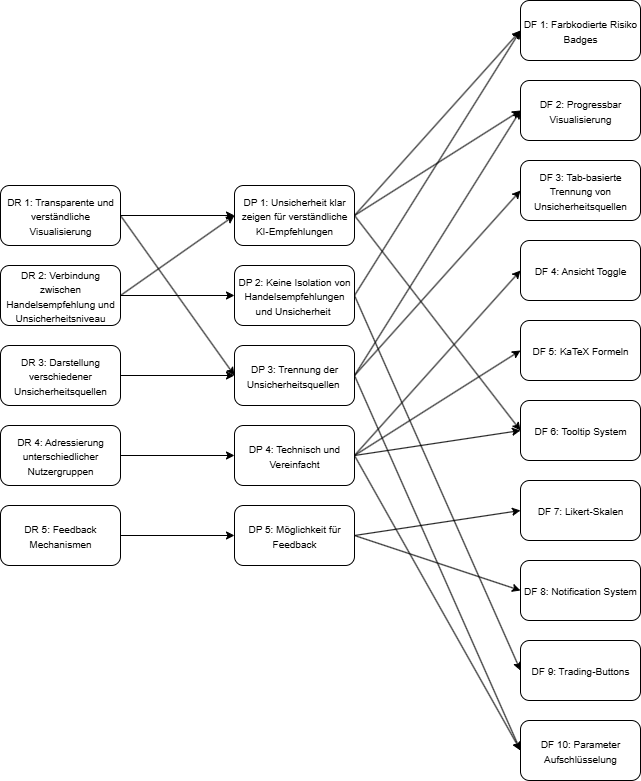
Sascha001/bachelorarbeit_neu keeps this draw.io diagram as Unbenanntes Diagramm.drawio.png. Above is the earlier version. Source tidied: cells renumbered, new cells last; positions are measured from the earlier drawing's top-left corner, leaving out a move shared by most shapes.
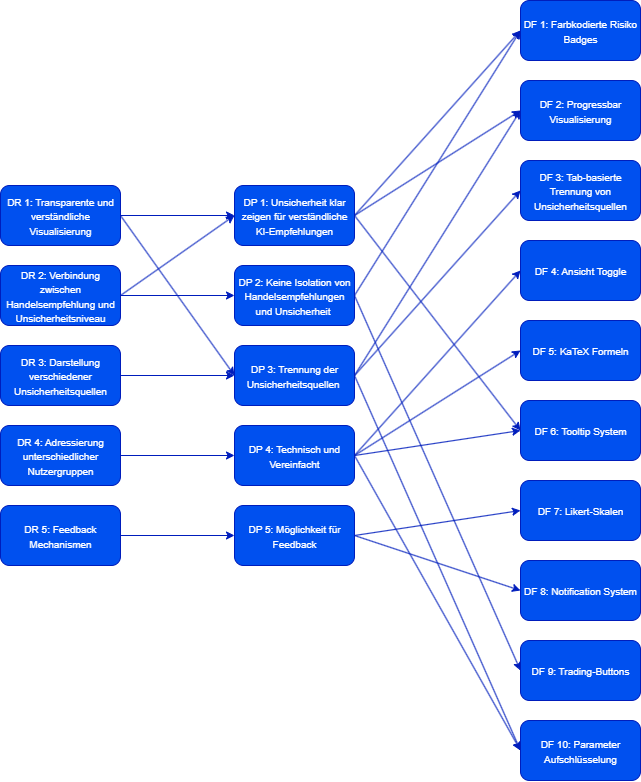
The same file after the commit.

Diff of the diagram source:
```diff
@@ -2,127 +2,127 @@
   <root>
     <mxCell id="0" />
     <mxCell id="1" parent="0" />
-    <mxCell id="2" style="edgeStyle=orthogonalEdgeStyle;rounded=0;jettySize=auto;html=1;" parent="1" edge="1" source="4" target="8">
+    <mxCell id="2" style="edgeStyle=orthogonalEdgeStyle;rounded=0;jettySize=auto;html=1;fillColor=#0050ef;strokeColor=#001DBC;" parent="1" edge="1" source="4" target="8">
       <mxGeometry relative="1" as="geometry" />
     </mxCell>
-    <mxCell id="3" style="rounded=0;jettySize=auto;html=1;entryX=0;entryY=0.5;entryDx=0;entryDy=0;exitX=1;exitY=0.5;exitDx=0;exitDy=0;" parent="1" edge="1" source="4" target="32">
+    <mxCell id="3" style="rounded=0;jettySize=auto;html=1;entryX=0;entryY=0.5;entryDx=0;entryDy=0;exitX=1;exitY=0.5;exitDx=0;exitDy=0;fillColor=#0050ef;strokeColor=#001DBC;" parent="1" edge="1" source="4" target="32">
       <mxGeometry relative="1" as="geometry" />
     </mxCell>
-    <mxCell id="4" value="&lt;font style=&quot;font-size: 10px;&quot;&gt;DR 1: Transparente und verständliche Visualisierung&lt;/font&gt;" style="rounded=1;whiteSpace=wrap;html=1;" parent="1" vertex="1">
+    <mxCell id="4" value="&lt;font style=&quot;font-size: 10px;&quot;&gt;DR 1: Transparente und verständliche Visualisierung&lt;/font&gt;" style="rounded=1;whiteSpace=wrap;html=1;fillColor=#0050ef;fontColor=#ffffff;strokeColor=#001DBC;" parent="1" vertex="1">
       <mxGeometry y="185" width="120" height="60" as="geometry" />
     </mxCell>
-    <mxCell id="5" style="rounded=0;jettySize=auto;html=1;entryX=0;entryY=0.5;entryDx=0;entryDy=0;exitX=1;exitY=0.5;exitDx=0;exitDy=0;" parent="1" edge="1" source="8" target="42">
+    <mxCell id="5" style="rounded=0;jettySize=auto;html=1;entryX=0;entryY=0.5;entryDx=0;entryDy=0;exitX=1;exitY=0.5;exitDx=0;exitDy=0;fillColor=#0050ef;strokeColor=#001DBC;" parent="1" edge="1" source="8" target="42">
       <mxGeometry relative="1" as="geometry" />
     </mxCell>
-    <mxCell id="6" style="rounded=0;jettySize=auto;html=1;entryX=0;entryY=0.5;entryDx=0;entryDy=0;exitX=1;exitY=0.5;exitDx=0;exitDy=0;" parent="1" edge="1" source="8" target="37">
+    <mxCell id="6" style="rounded=0;jettySize=auto;html=1;entryX=0;entryY=0.5;entryDx=0;entryDy=0;exitX=1;exitY=0.5;exitDx=0;exitDy=0;fillColor=#0050ef;strokeColor=#001DBC;" parent="1" edge="1" source="8" target="37">
       <mxGeometry relative="1" as="geometry" />
     </mxCell>
-    <mxCell id="7" style="rounded=0;jettySize=auto;html=1;entryX=0;entryY=0.5;entryDx=0;entryDy=0;exitX=1;exitY=0.5;exitDx=0;exitDy=0;" parent="1" edge="1" source="8" target="38">
+    <mxCell id="7" style="rounded=0;jettySize=auto;html=1;entryX=0;entryY=0.5;entryDx=0;entryDy=0;exitX=1;exitY=0.5;exitDx=0;exitDy=0;fillColor=#0050ef;strokeColor=#001DBC;" parent="1" edge="1" source="8" target="38">
       <mxGeometry relative="1" as="geometry" />
     </mxCell>
-    <mxCell id="8" value="&lt;font size=&quot;1&quot;&gt;DP 1: Unsicherheit klar zeigen für verständliche KI-Empfehlungen&lt;/font&gt;" style="rounded=1;whiteSpace=wrap;html=1;" parent="1" vertex="1">
+    <mxCell id="8" value="&lt;font size=&quot;1&quot;&gt;DP 1: Unsicherheit klar zeigen für verständliche KI-Empfehlungen&lt;/font&gt;" style="rounded=1;whiteSpace=wrap;html=1;fillColor=#0050ef;fontColor=#ffffff;strokeColor=#001DBC;" parent="1" vertex="1">
       <mxGeometry x="234" y="185" width="120" height="60" as="geometry" />
     </mxCell>
-    <mxCell id="9" style="rounded=0;jettySize=auto;html=1;entryX=0;entryY=0.5;entryDx=0;entryDy=0;jumpSize=6;strokeColor=default;exitX=1;exitY=0.5;exitDx=0;exitDy=0;" parent="1" edge="1" source="11" target="8">
+    <mxCell id="9" style="rounded=0;jettySize=auto;html=1;entryX=0;entryY=0.5;entryDx=0;entryDy=0;jumpSize=6;strokeColor=#001DBC;exitX=1;exitY=0.5;exitDx=0;exitDy=0;fillColor=#0050ef;" parent="1" edge="1" source="11" target="8">
       <mxGeometry relative="1" as="geometry" />
     </mxCell>
-    <mxCell id="10" style="rounded=0;jettySize=auto;html=1;entryX=0;entryY=0.5;entryDx=0;entryDy=0;exitX=1;exitY=0.5;exitDx=0;exitDy=0;" parent="1" edge="1" source="11" target="27">
+    <mxCell id="10" style="rounded=0;jettySize=auto;html=1;entryX=0;entryY=0.5;entryDx=0;entryDy=0;exitX=1;exitY=0.5;exitDx=0;exitDy=0;fillColor=#0050ef;strokeColor=#001DBC;" parent="1" edge="1" source="11" target="27">
       <mxGeometry relative="1" as="geometry" />
     </mxCell>
-    <mxCell id="11" value="&lt;font style=&quot;font-size: 10px;&quot;&gt;DR 2: Verbindung zwischen Handelsempfehlung und Unsicherheitsniveau&lt;/font&gt;" style="rounded=1;whiteSpace=wrap;html=1;" parent="1" vertex="1">
+    <mxCell id="11" value="&lt;font style=&quot;font-size: 10px;&quot;&gt;DR 2: Verbindung zwischen Handelsempfehlung und Unsicherheitsniveau&lt;/font&gt;" style="rounded=1;whiteSpace=wrap;html=1;fillColor=#0050ef;fontColor=#ffffff;strokeColor=#001DBC;" parent="1" vertex="1">
       <mxGeometry y="265" width="120" height="60" as="geometry" />
     </mxCell>
-    <mxCell id="12" style="edgeStyle=orthogonalEdgeStyle;rounded=0;jettySize=auto;html=1;" parent="1" edge="1" source="13" target="19">
+    <mxCell id="12" style="edgeStyle=orthogonalEdgeStyle;rounded=0;jettySize=auto;html=1;fillColor=#0050ef;strokeColor=#001DBC;" parent="1" edge="1" source="13" target="19">
       <mxGeometry relative="1" as="geometry" />
     </mxCell>
-    <mxCell id="13" value="&lt;font style=&quot;font-size: 10px;&quot;&gt;DR 5: Feedback Mechanismen&lt;/font&gt;" style="rounded=1;whiteSpace=wrap;html=1;" parent="1" vertex="1">
+    <mxCell id="13" value="&lt;font style=&quot;font-size: 10px;&quot;&gt;DR 5: Feedback Mechanismen&lt;/font&gt;" style="rounded=1;whiteSpace=wrap;html=1;fillColor=#0050ef;fontColor=#ffffff;strokeColor=#001DBC;" parent="1" vertex="1">
       <mxGeometry y="505" width="120" height="60" as="geometry" />
     </mxCell>
-    <mxCell id="14" style="edgeStyle=orthogonalEdgeStyle;rounded=0;jettySize=auto;html=1;" parent="1" edge="1" source="15" target="24">
+    <mxCell id="14" style="edgeStyle=orthogonalEdgeStyle;rounded=0;jettySize=auto;html=1;fillColor=#0050ef;strokeColor=#001DBC;" parent="1" edge="1" source="15" target="24">
       <mxGeometry relative="1" as="geometry" />
     </mxCell>
-    <mxCell id="15" value="&lt;font style=&quot;font-size: 10px;&quot;&gt;DR 4: Adressierung unterschiedlicher Nutzergruppen&lt;/font&gt;" style="rounded=1;whiteSpace=wrap;html=1;" parent="1" vertex="1">
+    <mxCell id="15" value="&lt;font style=&quot;font-size: 10px;&quot;&gt;DR 4: Adressierung unterschiedlicher Nutzergruppen&lt;/font&gt;" style="rounded=1;whiteSpace=wrap;html=1;fillColor=#0050ef;fontColor=#ffffff;strokeColor=#001DBC;" parent="1" vertex="1">
       <mxGeometry y="425" width="120" height="60" as="geometry" />
     </mxCell>
-    <mxCell id="16" value="&lt;font style=&quot;font-size: 10px;&quot;&gt;DR 3: Darstellung verschiedener Unsicherheitsquellen&lt;/font&gt;" style="rounded=1;whiteSpace=wrap;html=1;" parent="1" vertex="1">
+    <mxCell id="16" value="&lt;font style=&quot;font-size: 10px;&quot;&gt;DR 3: Darstellung verschiedener Unsicherheitsquellen&lt;/font&gt;" style="rounded=1;whiteSpace=wrap;html=1;fillColor=#0050ef;fontColor=#ffffff;strokeColor=#001DBC;" parent="1" vertex="1">
       <mxGeometry y="345" width="120" height="60" as="geometry" />
     </mxCell>
-    <mxCell id="17" style="rounded=0;jettySize=auto;html=1;entryX=0;entryY=0.5;entryDx=0;entryDy=0;exitX=1;exitY=0.5;exitDx=0;exitDy=0;" parent="1" edge="1" source="19" target="34">
+    <mxCell id="17" style="rounded=0;jettySize=auto;html=1;entryX=0;entryY=0.5;entryDx=0;entryDy=0;exitX=1;exitY=0.5;exitDx=0;exitDy=0;fillColor=#0050ef;strokeColor=#001DBC;" parent="1" edge="1" source="19" target="34">
       <mxGeometry relative="1" as="geometry" />
     </mxCell>
-    <mxCell id="18" style="rounded=0;jettySize=auto;html=1;entryX=0;entryY=0.5;entryDx=0;entryDy=0;exitX=1;exitY=0.5;exitDx=0;exitDy=0;" parent="1" edge="1" source="19" target="36">
+    <mxCell id="18" style="rounded=0;jettySize=auto;html=1;entryX=0;entryY=0.5;entryDx=0;entryDy=0;exitX=1;exitY=0.5;exitDx=0;exitDy=0;fillColor=#0050ef;strokeColor=#001DBC;" parent="1" edge="1" source="19" target="36">
       <mxGeometry relative="1" as="geometry" />
     </mxCell>
-    <mxCell id="19" value="&lt;font size=&quot;1&quot;&gt;DP 5: Möglichkeit für Feedback&lt;/font&gt;" style="rounded=1;whiteSpace=wrap;html=1;" parent="1" vertex="1">
+    <mxCell id="19" value="&lt;font size=&quot;1&quot;&gt;DP 5: Möglichkeit für Feedback&lt;/font&gt;" style="rounded=1;whiteSpace=wrap;html=1;fillColor=#0050ef;fontColor=#ffffff;strokeColor=#001DBC;" parent="1" vertex="1">
       <mxGeometry x="234" y="505" width="120" height="60" as="geometry" />
     </mxCell>
-    <mxCell id="20" style="rounded=0;jettySize=auto;html=1;entryX=0;entryY=0.5;entryDx=0;entryDy=0;exitX=1;exitY=0.5;exitDx=0;exitDy=0;" parent="1" edge="1" source="24" target="40">
+    <mxCell id="20" style="rounded=0;jettySize=auto;html=1;entryX=0;entryY=0.5;entryDx=0;entryDy=0;exitX=1;exitY=0.5;exitDx=0;exitDy=0;fillColor=#0050ef;strokeColor=#001DBC;" parent="1" edge="1" source="24" target="40">
       <mxGeometry relative="1" as="geometry" />
     </mxCell>
-    <mxCell id="21" style="rounded=0;jettySize=auto;html=1;entryX=0;entryY=0.5;entryDx=0;entryDy=0;exitX=1;exitY=0.5;exitDx=0;exitDy=0;" parent="1" edge="1" source="24" target="41">
+    <mxCell id="21" style="rounded=0;jettySize=auto;html=1;entryX=0;entryY=0.5;entryDx=0;entryDy=0;exitX=1;exitY=0.5;exitDx=0;exitDy=0;fillColor=#0050ef;strokeColor=#001DBC;" parent="1" edge="1" source="24" target="41">
       <mxGeometry relative="1" as="geometry" />
     </mxCell>
-    <mxCell id="22" style="rounded=0;jettySize=auto;html=1;entryX=0;entryY=0.5;entryDx=0;entryDy=0;exitX=1;exitY=0.5;exitDx=0;exitDy=0;" parent="1" edge="1" source="24" target="38">
+    <mxCell id="22" style="rounded=0;jettySize=auto;html=1;entryX=0;entryY=0.5;entryDx=0;entryDy=0;exitX=1;exitY=0.5;exitDx=0;exitDy=0;fillColor=#0050ef;strokeColor=#001DBC;" parent="1" edge="1" source="24" target="38">
       <mxGeometry relative="1" as="geometry" />
     </mxCell>
-    <mxCell id="23" style="rounded=0;jettySize=auto;html=1;entryX=0;entryY=0.5;entryDx=0;entryDy=0;exitX=1;exitY=0.5;exitDx=0;exitDy=0;" parent="1" edge="1" source="24" target="35">
+    <mxCell id="23" style="rounded=0;jettySize=auto;html=1;entryX=0;entryY=0.5;entryDx=0;entryDy=0;exitX=1;exitY=0.5;exitDx=0;exitDy=0;fillColor=#0050ef;strokeColor=#001DBC;" parent="1" edge="1" source="24" target="35">
       <mxGeometry relative="1" as="geometry" />
     </mxCell>
-    <mxCell id="24" value="&lt;font size=&quot;1&quot;&gt;DP 4: Technisch und Vereinfacht&lt;/font&gt;" style="rounded=1;whiteSpace=wrap;html=1;" parent="1" vertex="1">
+    <mxCell id="24" value="&lt;font size=&quot;1&quot;&gt;DP 4: Technisch und Vereinfacht&lt;/font&gt;" style="rounded=1;whiteSpace=wrap;html=1;fillColor=#0050ef;fontColor=#ffffff;strokeColor=#001DBC;" parent="1" vertex="1">
       <mxGeometry x="234" y="425" width="120" height="60" as="geometry" />
     </mxCell>
-    <mxCell id="25" style="rounded=0;jettySize=auto;html=1;entryX=0;entryY=0.5;entryDx=0;entryDy=0;exitX=1;exitY=0.5;exitDx=0;exitDy=0;" parent="1" edge="1" source="27" target="42">
+    <mxCell id="25" style="rounded=0;jettySize=auto;html=1;entryX=0;entryY=0.5;entryDx=0;entryDy=0;exitX=1;exitY=0.5;exitDx=0;exitDy=0;fillColor=#0050ef;strokeColor=#001DBC;" parent="1" edge="1" source="27" target="42">
       <mxGeometry relative="1" as="geometry" />
     </mxCell>
-    <mxCell id="26" style="rounded=0;jettySize=auto;html=1;entryX=0;entryY=0.5;entryDx=0;entryDy=0;exitX=1;exitY=0.5;exitDx=0;exitDy=0;" parent="1" edge="1" source="27" target="39">
+    <mxCell id="26" style="rounded=0;jettySize=auto;html=1;entryX=0;entryY=0.5;entryDx=0;entryDy=0;exitX=1;exitY=0.5;exitDx=0;exitDy=0;fillColor=#0050ef;strokeColor=#001DBC;" parent="1" edge="1" source="27" target="39">
       <mxGeometry relative="1" as="geometry" />
     </mxCell>
-    <mxCell id="27" value="&lt;font size=&quot;1&quot;&gt;DP 2: Keine Isolation von Handelsempfehlungen und Unsicherheit&amp;nbsp;&lt;/font&gt;" style="rounded=1;whiteSpace=wrap;html=1;" parent="1" vertex="1">
+    <mxCell id="27" value="&lt;font size=&quot;1&quot;&gt;DP 2: Keine Isolation von Handelsempfehlungen und Unsicherheit&amp;nbsp;&lt;/font&gt;" style="rounded=1;whiteSpace=wrap;html=1;fillColor=#0050ef;fontColor=#ffffff;strokeColor=#001DBC;" parent="1" vertex="1">
       <mxGeometry x="234" y="265" width="120" height="60" as="geometry" />
     </mxCell>
-    <mxCell id="28" style="edgeStyle=orthogonalEdgeStyle;rounded=0;jettySize=auto;html=1;" parent="1" edge="1" source="16" target="32">
+    <mxCell id="28" style="edgeStyle=orthogonalEdgeStyle;rounded=0;jettySize=auto;html=1;fillColor=#0050ef;strokeColor=#001DBC;" parent="1" edge="1" source="16" target="32">
       <mxGeometry relative="1" as="geometry" />
     </mxCell>
-    <mxCell id="29" style="rounded=0;jettySize=auto;html=1;entryX=0;entryY=0.5;entryDx=0;entryDy=0;exitX=1;exitY=0.5;exitDx=0;exitDy=0;" parent="1" edge="1" source="32" target="37">
+    <mxCell id="29" style="rounded=0;jettySize=auto;html=1;entryX=0;entryY=0.5;entryDx=0;entryDy=0;exitX=1;exitY=0.5;exitDx=0;exitDy=0;fillColor=#0050ef;strokeColor=#001DBC;" parent="1" edge="1" source="32" target="37">
       <mxGeometry relative="1" as="geometry" />
     </mxCell>
-    <mxCell id="30" style="rounded=0;jettySize=auto;html=1;entryX=0;entryY=0.5;entryDx=0;entryDy=0;exitX=1;exitY=0.5;exitDx=0;exitDy=0;" parent="1" edge="1" source="32" target="33">
+    <mxCell id="30" style="rounded=0;jettySize=auto;html=1;entryX=0;entryY=0.5;entryDx=0;entryDy=0;exitX=1;exitY=0.5;exitDx=0;exitDy=0;fillColor=#0050ef;strokeColor=#001DBC;" parent="1" edge="1" source="32" target="33">
       <mxGeometry relative="1" as="geometry" />
     </mxCell>
-    <mxCell id="31" style="rounded=0;jettySize=auto;html=1;entryX=0;entryY=0.5;entryDx=0;entryDy=0;exitX=1;exitY=0.5;exitDx=0;exitDy=0;" parent="1" edge="1" source="32" target="35">
+    <mxCell id="31" style="rounded=0;jettySize=auto;html=1;entryX=0;entryY=0.5;entryDx=0;entryDy=0;exitX=1;exitY=0.5;exitDx=0;exitDy=0;fillColor=#0050ef;strokeColor=#001DBC;" parent="1" edge="1" source="32" target="35">
       <mxGeometry relative="1" as="geometry" />
     </mxCell>
-    <mxCell id="32" value="&lt;font size=&quot;1&quot;&gt;DP 3: Trennung der Unsicherheitsquellen&amp;nbsp;&lt;/font&gt;" style="rounded=1;whiteSpace=wrap;html=1;" parent="1" vertex="1">
+    <mxCell id="32" value="&lt;font size=&quot;1&quot;&gt;DP 3: Trennung der Unsicherheitsquellen&amp;nbsp;&lt;/font&gt;" style="rounded=1;whiteSpace=wrap;html=1;fillColor=#0050ef;fontColor=#ffffff;strokeColor=#001DBC;" parent="1" vertex="1">
       <mxGeometry x="234" y="345" width="120" height="60" as="geometry" />
     </mxCell>
-    <mxCell id="33" value="&lt;font size=&quot;1&quot;&gt;DF 3: Tab-basierte Trennung von Unsicherheitsquellen&lt;/font&gt;" style="rounded=1;whiteSpace=wrap;html=1;" parent="1" vertex="1">
+    <mxCell id="33" value="&lt;font size=&quot;1&quot;&gt;DF 3: Tab-basierte Trennung von Unsicherheitsquellen&lt;/font&gt;" style="rounded=1;whiteSpace=wrap;html=1;fillColor=#0050ef;fontColor=#ffffff;strokeColor=#001DBC;" parent="1" vertex="1">
       <mxGeometry x="520" y="160" width="120" height="60" as="geometry" />
     </mxCell>
-    <mxCell id="34" value="&lt;font size=&quot;1&quot;&gt;DF 7: Likert-Skalen&lt;/font&gt;" style="rounded=1;whiteSpace=wrap;html=1;" parent="1" vertex="1">
+    <mxCell id="34" value="&lt;font size=&quot;1&quot;&gt;DF 7: Likert-Skalen&lt;/font&gt;" style="rounded=1;whiteSpace=wrap;html=1;fillColor=#0050ef;fontColor=#ffffff;strokeColor=#001DBC;" parent="1" vertex="1">
       <mxGeometry x="520" y="480" width="120" height="60" as="geometry" />
     </mxCell>
-    <mxCell id="35" value="&lt;font size=&quot;1&quot;&gt;DF 10: Parameter Aufschlüsselung&lt;/font&gt;" style="rounded=1;whiteSpace=wrap;html=1;" parent="1" vertex="1">
+    <mxCell id="35" value="&lt;font size=&quot;1&quot;&gt;DF 10: Parameter Aufschlüsselung&lt;/font&gt;" style="rounded=1;whiteSpace=wrap;html=1;fillColor=#0050ef;fontColor=#ffffff;strokeColor=#001DBC;" parent="1" vertex="1">
       <mxGeometry x="520" y="720" width="120" height="60" as="geometry" />
     </mxCell>
-    <mxCell id="36" value="&lt;font size=&quot;1&quot;&gt;DF 8: Notification System&lt;/font&gt;" style="rounded=1;whiteSpace=wrap;html=1;" parent="1" vertex="1">
+    <mxCell id="36" value="&lt;font size=&quot;1&quot;&gt;DF 8: Notification System&lt;/font&gt;" style="rounded=1;whiteSpace=wrap;html=1;fillColor=#0050ef;fontColor=#ffffff;strokeColor=#001DBC;" parent="1" vertex="1">
       <mxGeometry x="520" y="560" width="120" height="60" as="geometry" />
     </mxCell>
-    <mxCell id="37" value="&lt;font size=&quot;1&quot;&gt;DF 2: Progressbar Visualisierung&lt;/font&gt;" style="rounded=1;whiteSpace=wrap;html=1;" parent="1" vertex="1">
+    <mxCell id="37" value="&lt;font size=&quot;1&quot;&gt;DF 2: Progressbar Visualisierung&lt;/font&gt;" style="rounded=1;whiteSpace=wrap;html=1;fillColor=#0050ef;fontColor=#ffffff;strokeColor=#001DBC;" parent="1" vertex="1">
       <mxGeometry x="520" y="80" width="120" height="60" as="geometry" />
     </mxCell>
-    <mxCell id="38" value="&lt;font size=&quot;1&quot;&gt;DF 6: Tooltip System&lt;/font&gt;" style="rounded=1;whiteSpace=wrap;html=1;" parent="1" vertex="1">
+    <mxCell id="38" value="&lt;font size=&quot;1&quot;&gt;DF 6: Tooltip System&lt;/font&gt;" style="rounded=1;whiteSpace=wrap;html=1;fillColor=#0050ef;fontColor=#ffffff;strokeColor=#001DBC;" parent="1" vertex="1">
       <mxGeometry x="520" y="400" width="120" height="60" as="geometry" />
     </mxCell>
-    <mxCell id="39" value="&lt;font size=&quot;1&quot;&gt;DF 9: Trading-Buttons&lt;/font&gt;" style="rounded=1;whiteSpace=wrap;html=1;" parent="1" vertex="1">
+    <mxCell id="39" value="&lt;font size=&quot;1&quot;&gt;DF 9: Trading-Buttons&lt;/font&gt;" style="rounded=1;whiteSpace=wrap;html=1;fillColor=#0050ef;fontColor=#ffffff;strokeColor=#001DBC;" parent="1" vertex="1">
       <mxGeometry x="520" y="640" width="120" height="60" as="geometry" />
     </mxCell>
-    <mxCell id="40" value="&lt;font size=&quot;1&quot;&gt;DF 4: Ansicht Toggle&lt;/font&gt;" style="rounded=1;whiteSpace=wrap;html=1;" parent="1" vertex="1">
+    <mxCell id="40" value="&lt;font size=&quot;1&quot;&gt;DF 4: Ansicht Toggle&lt;/font&gt;" style="rounded=1;whiteSpace=wrap;html=1;fillColor=#0050ef;fontColor=#ffffff;strokeColor=#001DBC;" parent="1" vertex="1">
       <mxGeometry x="520" y="240" width="120" height="60" as="geometry" />
     </mxCell>
-    <mxCell id="41" value="&lt;font size=&quot;1&quot;&gt;DF 5: KaTeX Formeln&lt;/font&gt;" style="rounded=1;whiteSpace=wrap;html=1;" parent="1" vertex="1">
+    <mxCell id="41" value="&lt;font size=&quot;1&quot;&gt;DF 5: KaTeX Formeln&lt;/font&gt;" style="rounded=1;whiteSpace=wrap;html=1;fillColor=#0050ef;fontColor=#ffffff;strokeColor=#001DBC;" parent="1" vertex="1">
       <mxGeometry x="520" y="320" width="120" height="60" as="geometry" />
     </mxCell>
-    <mxCell id="42" value="&lt;font size=&quot;1&quot;&gt;DF 1: Farbkodierte Risiko Badges&lt;/font&gt;" style="rounded=1;whiteSpace=wrap;html=1;" parent="1" vertex="1">
+    <mxCell id="42" value="&lt;font size=&quot;1&quot;&gt;DF 1: Farbkodierte Risiko Badges&lt;/font&gt;" style="rounded=1;whiteSpace=wrap;html=1;fillColor=#0050ef;fontColor=#ffffff;strokeColor=#001DBC;" parent="1" vertex="1">
       <mxGeometry x="520" width="120" height="60" as="geometry" />
     </mxCell>
   </root>
```
